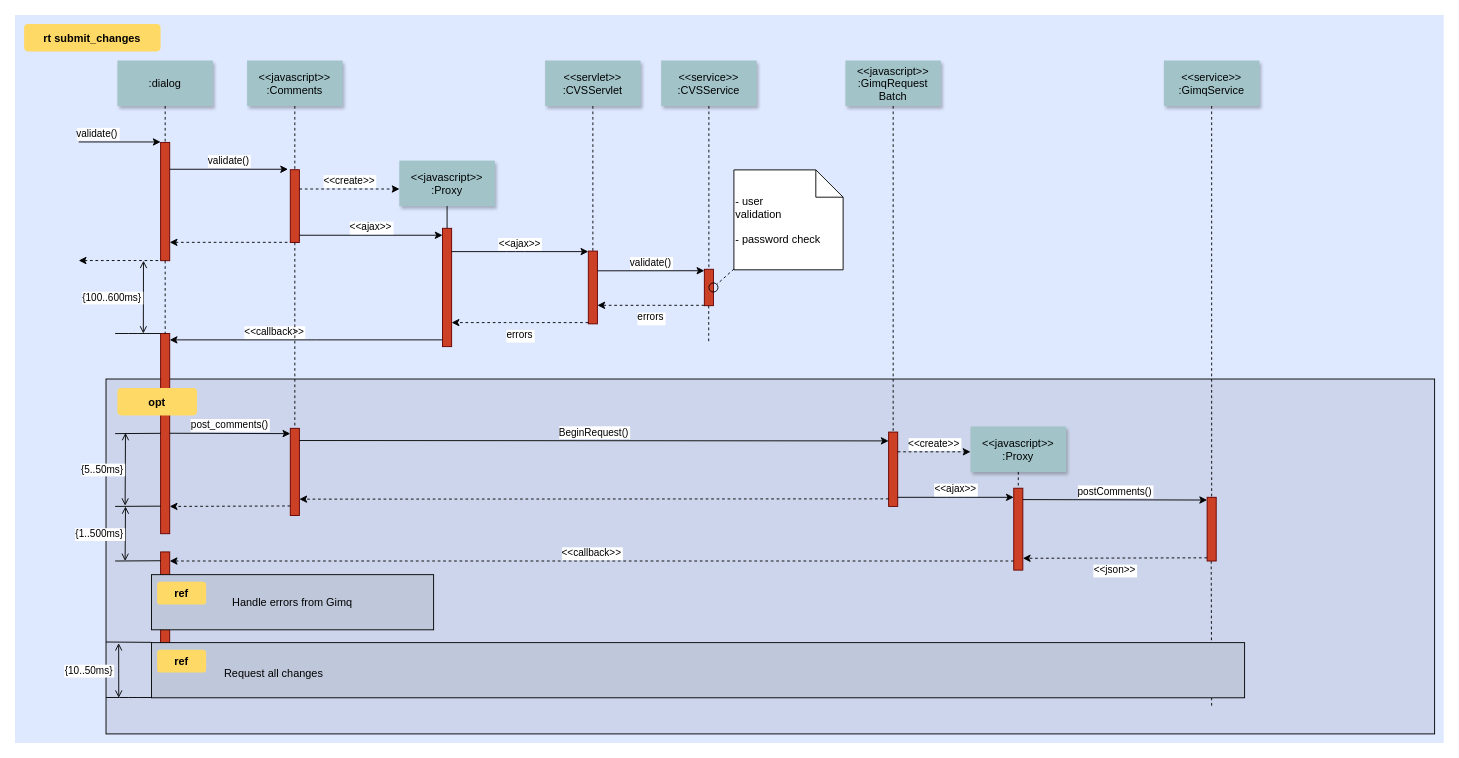
This is Untitled Diagram.drawio from Kilmu-dev/draw, a draw.io file, before an edit. Source tidied: cells renumbered, new cells numbered last; positions are measured from the earlier drawing's top-left corner, leaving out a move shared by most shapes. Both pictures are drawn from the tidied source at 91%, with x=0, y=0 at pixel (15, 15).
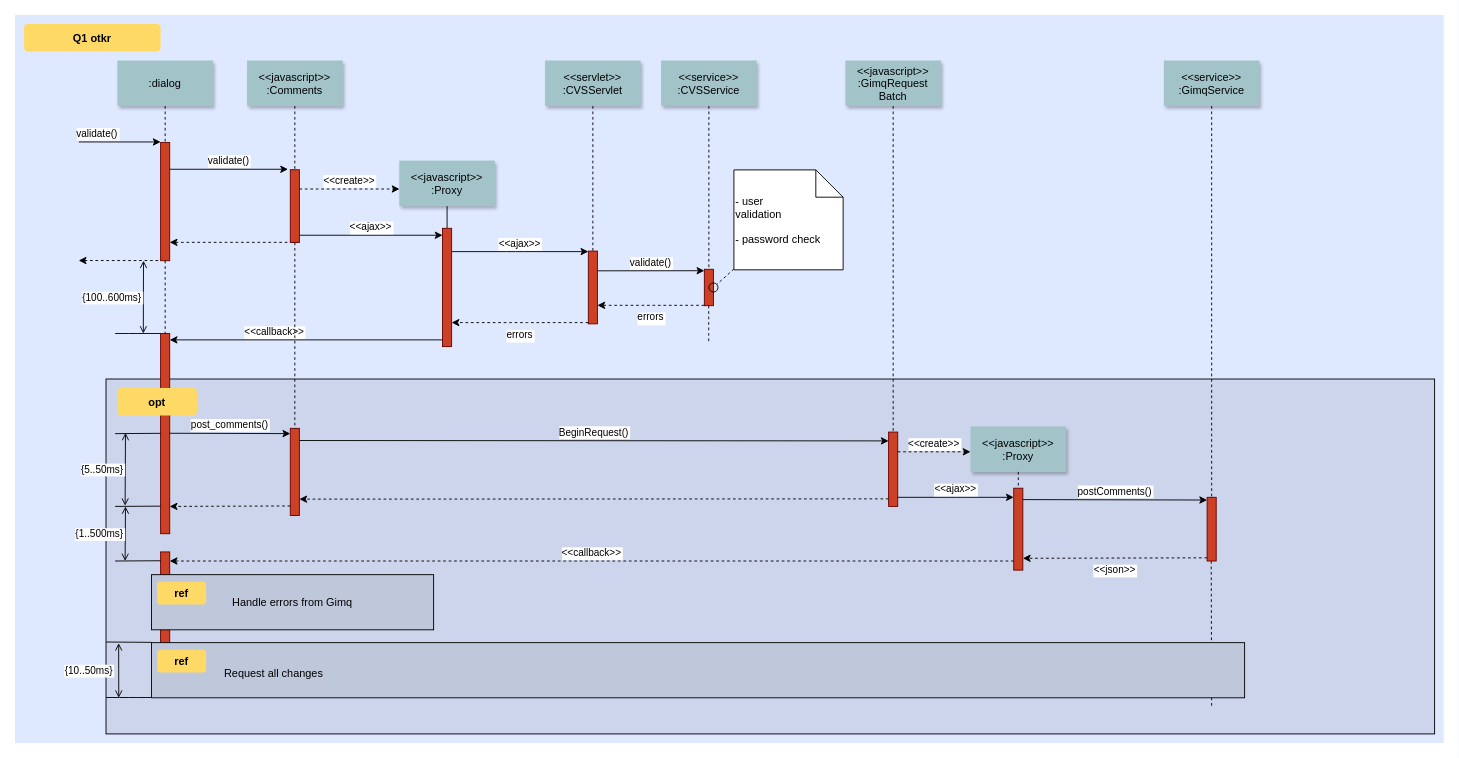
The same page after the edit.

The edit, as a diff of the source:
```diff
@@
-    <mxCell id="60" value="rt submit_changes" style="rounded=1;fontStyle=1;fillColor=#FFD966;strokeColor=none;" parent="1" vertex="1">
+    <mxCell id="60" value="Q1 otkr" style="rounded=1;fontStyle=1;fillColor=#FFD966;strokeColor=none;" parent="1" vertex="1">
       <mxGeometry x="10" y="10" width="150" height="30" as="geometry" />
     </mxCell>
```
